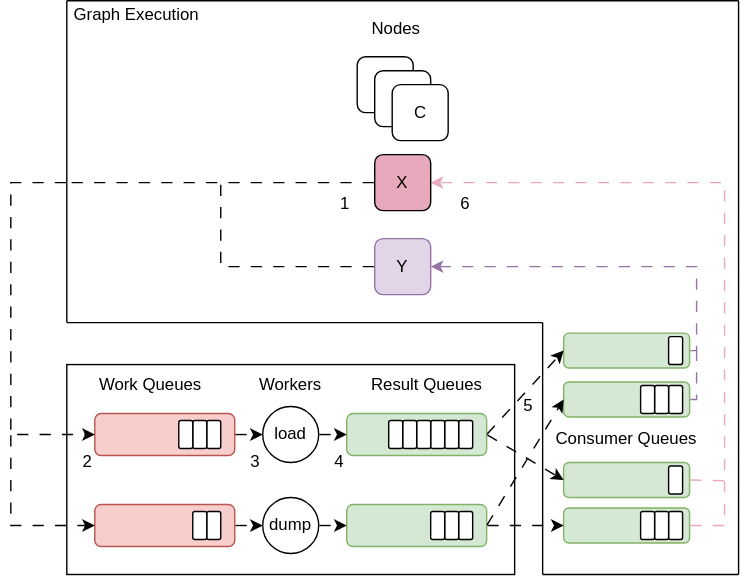
Before: docs/_static/concepts/graphbookworkers.svg, a diagram exported from draw.io (graphbookai/graphbook). Source tidied: cells renumbered, new cells last; positions are measured from the earlier drawing's top-left corner, leaving out a move shared by most shapes.
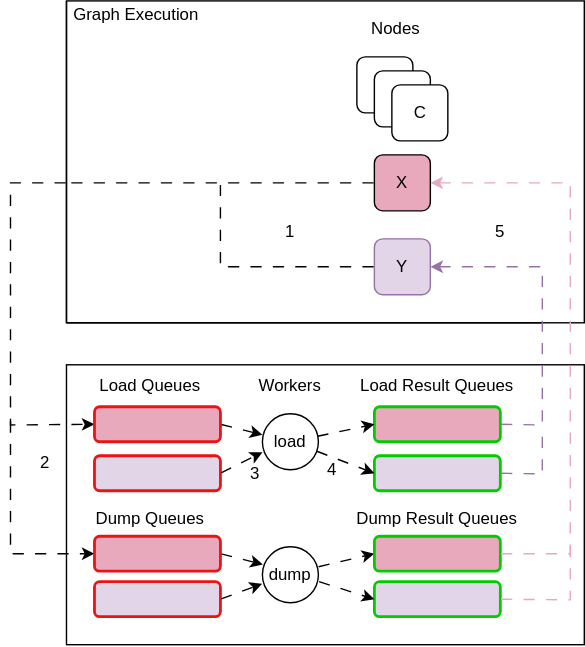
The same diagram one commit later.

Change to the diagram source:
```diff
@@ -3,125 +3,54 @@
     <mxCell id="0" />
     <mxCell id="1" parent="0" />
     <mxCell id="2" style="rounded=0;whiteSpace=wrap;html=1;" parent="1" vertex="1">
-      <mxGeometry x="40" y="260" width="320" height="150" as="geometry" />
+      <mxGeometry x="40" y="260" width="370" height="200" as="geometry" />
     </mxCell>
     <mxCell id="3" value="load" style="ellipse;whiteSpace=wrap;html=1;" parent="1" vertex="1">
-      <mxGeometry x="180" y="290" width="40" height="40" as="geometry" />
+      <mxGeometry x="180" y="295" width="40" height="40" as="geometry" />
     </mxCell>
     <mxCell id="4" value="dump" style="ellipse;whiteSpace=wrap;html=1;" parent="1" vertex="1">
-      <mxGeometry x="180" y="355" width="40" height="40" as="geometry" />
+      <mxGeometry x="180" y="390" width="40" height="40" as="geometry" />
     </mxCell>
-    <mxCell id="5" style="rounded=0;whiteSpace=wrap;html=1;strokeColor=none;" parent="1" vertex="1">
-      <mxGeometry x="40" width="480" height="230" as="geometry" />
+    <mxCell id="5" style="rounded=0;whiteSpace=wrap;html=1;strokeColor=default;" parent="1" vertex="1">
+      <mxGeometry x="40" width="370" height="230" as="geometry" />
     </mxCell>
-    <mxCell id="6" style="rounded=1;whiteSpace=wrap;html=1;fillColor=#f8cecc;strokeColor=#b85450;" parent="1" vertex="1">
-      <mxGeometry x="60" y="295" width="100" height="30" as="geometry" />
-    </mxCell>
-    <mxCell id="7" style="rounded=1;whiteSpace=wrap;html=1;fillColor=#f8cecc;strokeColor=#b85450;" parent="1" vertex="1">
-      <mxGeometry x="60" y="360" width="100" height="30" as="geometry" />
-    </mxCell>
-    <mxCell id="8" style="rounded=1;whiteSpace=wrap;html=1;fillColor=#d5e8d4;strokeColor=#82b366;" parent="1" vertex="1">
-      <mxGeometry x="240" y="295" width="100" height="30" as="geometry" />
-    </mxCell>
-    <mxCell id="9" style="rounded=1;whiteSpace=wrap;html=1;fillColor=#d5e8d4;strokeColor=#82b366;" parent="1" vertex="1">
-      <mxGeometry x="240" y="360" width="100" height="30" as="geometry" />
-    </mxCell>
-    <mxCell id="10" style="endArrow=classic;html=1;rounded=0;exitX=1;exitY=0.5;exitDx=0;exitDy=0;flowAnimation=1;" parent="1" edge="1" source="6">
+    <mxCell id="10" style="endArrow=classic;html=1;rounded=0;exitX=1;exitY=0.5;exitDx=0;exitDy=0;flowAnimation=1;" parent="1" edge="1" source="76">
       <mxGeometry relative="1" as="geometry">
         <mxPoint x="180" y="310" as="targetPoint" />
       </mxGeometry>
     </mxCell>
-    <mxCell id="11" style="endArrow=classic;html=1;rounded=0;entryX=0;entryY=0.5;entryDx=0;entryDy=0;flowAnimation=1;" parent="1" edge="1">
-      <mxGeometry relative="1" as="geometry">
-        <mxPoint x="160" y="375" as="sourcePoint" />
-        <mxPoint x="180" y="375" as="targetPoint" />
-      </mxGeometry>
+    <mxCell id="11" style="endArrow=classic;html=1;rounded=0;entryX=0.008;entryY=0.317;entryDx=0;entryDy=0;flowAnimation=1;exitX=1;exitY=0.5;exitDx=0;exitDy=0;entryPerimeter=0;" parent="1" edge="1" source="78" target="4">
+      <mxGeometry relative="1" as="geometry" />
     </mxCell>
-    <mxCell id="12" style="endArrow=classic;html=1;rounded=0;entryX=0;entryY=0.5;entryDx=0;entryDy=0;flowAnimation=1;" parent="1" edge="1" target="9">
-      <mxGeometry relative="1" as="geometry">
-        <mxPoint x="220" y="375" as="sourcePoint" />
-      </mxGeometry>
+    <mxCell id="12" style="endArrow=classic;html=1;rounded=0;flowAnimation=1;exitX=0.99;exitY=0.36;exitDx=0;exitDy=0;entryX=0;entryY=0.5;entryDx=0;entryDy=0;exitPerimeter=0;" parent="1" edge="1" source="4" target="40">
+      <mxGeometry relative="1" as="geometry" />
     </mxCell>
-    <mxCell id="13" style="endArrow=classic;html=1;rounded=0;entryX=0;entryY=0.5;entryDx=0;entryDy=0;flowAnimation=1;" parent="1" edge="1" target="7">
+    <mxCell id="13" style="endArrow=classic;html=1;rounded=0;entryX=0;entryY=0.5;entryDx=0;entryDy=0;flowAnimation=1;" parent="1" edge="1" target="78">
       <mxGeometry relative="1" as="geometry">
-        <mxPoint y="310" as="sourcePoint" />
+        <mxPoint y="300" as="sourcePoint" />
         <Array as="points">
-          <mxPoint y="375" />
+          <mxPoint y="395" />
         </Array>
       </mxGeometry>
     </mxCell>
-    <mxCell id="14" style="endArrow=classic;html=1;rounded=0;entryX=0;entryY=0.5;entryDx=0;entryDy=0;flowAnimation=1;" parent="1" edge="1">
+    <mxCell id="14" style="endArrow=classic;html=1;rounded=0;entryX=0;entryY=0.5;entryDx=0;entryDy=0;flowAnimation=1;" parent="1" edge="1" target="76">
       <mxGeometry relative="1" as="geometry">
         <mxPoint x="40" y="130" as="sourcePoint" />
-        <mxPoint x="60" y="310" as="targetPoint" />
         <Array as="points">
           <mxPoint y="130" />
-          <mxPoint y="310" />
+          <mxPoint y="303" />
         </Array>
       </mxGeometry>
     </mxCell>
-    <mxCell id="15" style="rounded=1;whiteSpace=wrap;html=1;" parent="1" vertex="1">
-      <mxGeometry x="140" y="300" width="10" height="20" as="geometry" />
-    </mxCell>
-    <mxCell id="16" style="rounded=1;whiteSpace=wrap;html=1;" parent="1" vertex="1">
-      <mxGeometry x="130" y="300" width="10" height="20" as="geometry" />
-    </mxCell>
-    <mxCell id="17" style="rounded=1;whiteSpace=wrap;html=1;" parent="1" vertex="1">
-      <mxGeometry x="120" y="300" width="10" height="20" as="geometry" />
-    </mxCell>
     <mxCell id="18" value="Workers" style="text;html=1;align=center;verticalAlign=middle;whiteSpace=wrap;rounded=0;" parent="1" vertex="1">
       <mxGeometry x="170" y="260" width="60" height="30" as="geometry" />
     </mxCell>
-    <mxCell id="19" style="rounded=1;whiteSpace=wrap;html=1;" parent="1" vertex="1">
-      <mxGeometry x="140" y="365" width="10" height="20" as="geometry" />
-    </mxCell>
-    <mxCell id="20" style="rounded=1;whiteSpace=wrap;html=1;" parent="1" vertex="1">
-      <mxGeometry x="130" y="365" width="10" height="20" as="geometry" />
-    </mxCell>
-    <mxCell id="21" style="rounded=1;whiteSpace=wrap;html=1;" parent="1" vertex="1">
-      <mxGeometry x="320" y="300" width="10" height="20" as="geometry" />
-    </mxCell>
-    <mxCell id="22" style="rounded=1;whiteSpace=wrap;html=1;" parent="1" vertex="1">
-      <mxGeometry x="310" y="300" width="10" height="20" as="geometry" />
-    </mxCell>
-    <mxCell id="23" style="rounded=1;whiteSpace=wrap;html=1;" parent="1" vertex="1">
-      <mxGeometry x="300" y="300" width="10" height="20" as="geometry" />
-    </mxCell>
-    <mxCell id="24" style="rounded=1;whiteSpace=wrap;html=1;" parent="1" vertex="1">
-      <mxGeometry x="290" y="300" width="10" height="20" as="geometry" />
-    </mxCell>
-    <mxCell id="25" style="rounded=1;whiteSpace=wrap;html=1;" parent="1" vertex="1">
-      <mxGeometry x="280" y="300" width="10" height="20" as="geometry" />
-    </mxCell>
-    <mxCell id="26" style="rounded=1;whiteSpace=wrap;html=1;" parent="1" vertex="1">
-      <mxGeometry x="270" y="300" width="10" height="20" as="geometry" />
-    </mxCell>
-    <mxCell id="27" style="rounded=1;whiteSpace=wrap;html=1;" parent="1" vertex="1">
-      <mxGeometry x="320" y="365" width="10" height="20" as="geometry" />
-    </mxCell>
-    <mxCell id="28" style="rounded=1;whiteSpace=wrap;html=1;" parent="1" vertex="1">
-      <mxGeometry x="310" y="365" width="10" height="20" as="geometry" />
-    </mxCell>
-    <mxCell id="29" style="rounded=1;whiteSpace=wrap;html=1;" parent="1" vertex="1">
-      <mxGeometry x="300" y="365" width="10" height="20" as="geometry" />
-    </mxCell>
-    <mxCell id="30" value="Work Queues" style="text;html=1;align=center;verticalAlign=middle;whiteSpace=wrap;rounded=0;" parent="1" vertex="1">
+    <mxCell id="30" value="Load Queues" style="text;html=1;align=center;verticalAlign=middle;whiteSpace=wrap;rounded=0;" parent="1" vertex="1">
       <mxGeometry x="60" y="260" width="80" height="30" as="geometry" />
     </mxCell>
-    <mxCell id="31" value="Result Queues" style="text;html=1;align=center;verticalAlign=middle;whiteSpace=wrap;rounded=0;" parent="1" vertex="1">
-      <mxGeometry x="255" y="260" width="85" height="30" as="geometry" />
-    </mxCell>
-    <mxCell id="32" style="rounded=0;whiteSpace=wrap;html=1;strokeColor=none;" parent="1" vertex="1">
-      <mxGeometry x="380" y="220" width="140" height="190" as="geometry" />
-    </mxCell>
-    <mxCell id="33" style="rounded=1;whiteSpace=wrap;html=1;fillColor=#d5e8d4;strokeColor=#82b366;" parent="1" vertex="1">
-      <mxGeometry x="395" y="237.5" width="90" height="25" as="geometry" />
+    <mxCell id="33" style="rounded=1;whiteSpace=wrap;html=1;fillColor=#E7A9BB;strokeColor=#00CC00;strokeWidth=2;" parent="1" vertex="1">
+      <mxGeometry x="260" y="290" width="90" height="25" as="geometry" />
     </mxCell>
-    <mxCell id="34" style="endArrow=none;html=1;rounded=0;entryX=1;entryY=1;entryDx=0;entryDy=0;" parent="1" edge="1" target="32">
-      <mxGeometry relative="1" as="geometry">
-        <mxPoint x="520" as="sourcePoint" />
-      </mxGeometry>
-    </mxCell>
     <mxCell id="35" style="endArrow=none;html=1;rounded=0;exitX=0;exitY=1;exitDx=0;exitDy=0;" parent="1" edge="1" source="5">
       <mxGeometry relative="1" as="geometry">
         <mxPoint x="380" y="230" as="targetPoint" />
@@ -132,60 +61,23 @@
         <mxPoint x="40" y="230" as="sourcePoint" />
       </mxGeometry>
     </mxCell>
-    <mxCell id="37" style="endArrow=none;html=1;rounded=0;exitX=0;exitY=1;exitDx=0;exitDy=0;" parent="1" edge="1" source="32">
-      <mxGeometry relative="1" as="geometry">
-        <mxPoint x="380" y="230" as="targetPoint" />
-      </mxGeometry>
-    </mxCell>
-    <mxCell id="38" style="endArrow=none;html=1;rounded=0;entryX=0;entryY=1;entryDx=0;entryDy=0;" parent="1" edge="1" target="32">
-      <mxGeometry relative="1" as="geometry">
-        <mxPoint x="520" y="410" as="sourcePoint" />
-      </mxGeometry>
-    </mxCell>
-    <mxCell id="39" style="rounded=1;whiteSpace=wrap;html=1;fillColor=#d5e8d4;strokeColor=#82b366;" parent="1" vertex="1">
-      <mxGeometry x="395" y="272.5" width="90" height="25" as="geometry" />
+    <mxCell id="39" style="rounded=1;whiteSpace=wrap;html=1;fillColor=#E1D5E7;strokeColor=#00CC00;strokeWidth=2;" parent="1" vertex="1">
+      <mxGeometry x="260" y="325" width="90" height="25" as="geometry" />
     </mxCell>
-    <mxCell id="40" style="rounded=1;whiteSpace=wrap;html=1;fillColor=#d5e8d4;strokeColor=#82b366;" parent="1" vertex="1">
-      <mxGeometry x="395" y="330" width="90" height="25" as="geometry" />
+    <mxCell id="40" style="rounded=1;whiteSpace=wrap;html=1;fillColor=#E7A9BB;strokeColor=#00CC00;strokeWidth=2;" parent="1" vertex="1">
+      <mxGeometry x="260" y="382.5" width="90" height="25" as="geometry" />
     </mxCell>
-    <mxCell id="41" style="rounded=1;whiteSpace=wrap;html=1;fillColor=#d5e8d4;strokeColor=#82b366;" parent="1" vertex="1">
-      <mxGeometry x="395" y="362.5" width="90" height="25" as="geometry" />
+    <mxCell id="41" style="rounded=1;whiteSpace=wrap;html=1;fillColor=#E1D5E7;strokeColor=#00CC00;strokeWidth=2;" parent="1" vertex="1">
+      <mxGeometry x="260" y="415" width="90" height="25" as="geometry" />
     </mxCell>
-    <mxCell id="42" style="endArrow=classic;html=1;rounded=0;entryX=0;entryY=0.5;entryDx=0;entryDy=0;flowAnimation=1;" parent="1" edge="1" target="33">
-      <mxGeometry relative="1" as="geometry">
-        <mxPoint x="340" y="310" as="sourcePoint" />
-      </mxGeometry>
-    </mxCell>
-    <mxCell id="43" style="endArrow=classic;html=1;rounded=0;exitX=1;exitY=0.5;exitDx=0;exitDy=0;entryX=0;entryY=0.5;entryDx=0;entryDy=0;flowAnimation=1;" parent="1" edge="1" source="9" target="39">
-      <mxGeometry relative="1" as="geometry" />
-    </mxCell>
-    <mxCell id="44" style="endArrow=classic;html=1;rounded=0;entryX=0;entryY=0.5;entryDx=0;entryDy=0;exitX=1;exitY=0.5;exitDx=0;exitDy=0;flowAnimation=1;" parent="1" edge="1" source="8" target="40">
-      <mxGeometry relative="1" as="geometry" />
-    </mxCell>
-    <mxCell id="45" style="endArrow=classic;html=1;rounded=0;exitX=1;exitY=0.5;exitDx=0;exitDy=0;entryX=0;entryY=0.5;entryDx=0;entryDy=0;flowAnimation=1;" parent="1" edge="1" source="9" target="41">
-      <mxGeometry relative="1" as="geometry" />
-    </mxCell>
-    <mxCell id="46" style="endArrow=none;html=1;rounded=0;exitX=0;exitY=0;exitDx=0;exitDy=0;" parent="1" edge="1" source="5">
-      <mxGeometry relative="1" as="geometry">
-        <mxPoint x="520" as="targetPoint" />
-      </mxGeometry>
-    </mxCell>
     <mxCell id="47" style="endArrow=classic;html=1;strokeWidth=1;rounded=0;entryX=1;entryY=0.5;entryDx=0;entryDy=0;exitX=1;exitY=0.5;exitDx=0;exitDy=0;endFill=1;flowAnimation=1;strokeColor=#E7A9BB;" parent="1" edge="1" source="40" target="53">
       <mxGeometry relative="1" as="geometry">
         <Array as="points">
-          <mxPoint x="510" y="343" />
-          <mxPoint x="510" y="130" />
+          <mxPoint x="400" y="395" />
+          <mxPoint x="400" y="130" />
         </Array>
       </mxGeometry>
     </mxCell>
-    <mxCell id="48" style="endArrow=none;html=1;strokeWidth=1;rounded=0;exitX=1;exitY=0.5;exitDx=0;exitDy=0;flowAnimation=1;strokeColor=#E7A9BB;" parent="1" edge="1" source="41">
-      <mxGeometry relative="1" as="geometry">
-        <mxPoint x="510" y="340" as="targetPoint" />
-        <Array as="points">
-          <mxPoint x="510" y="375" />
-        </Array>
-      </mxGeometry>
-    </mxCell>
     <mxCell id="49" style="rounded=1;whiteSpace=wrap;html=1;" parent="1" vertex="1">
       <mxGeometry x="247.5" y="40" width="40" height="40" as="geometry" />
     </mxCell>
@@ -217,74 +109,83 @@
         </Array>
       </mxGeometry>
     </mxCell>
-    <mxCell id="57" value="Consumer Queues" style="text;html=1;align=center;verticalAlign=middle;whiteSpace=wrap;rounded=0;" parent="1" vertex="1">
-      <mxGeometry x="385" y="305" width="110" height="15" as="geometry" />
-    </mxCell>
     <mxCell id="58" value="Graph Execution" style="text;html=1;align=center;verticalAlign=middle;whiteSpace=wrap;rounded=0;" parent="1" vertex="1">
       <mxGeometry x="40" width="100" height="20" as="geometry" />
     </mxCell>
     <mxCell id="59" value="1" style="text;html=1;align=center;verticalAlign=middle;whiteSpace=wrap;rounded=0;strokeColor=none;glass=0;shadow=0;" parent="1" vertex="1">
-      <mxGeometry x="230" y="130" width="17.5" height="30" as="geometry" />
+      <mxGeometry x="191.2" y="150" width="17.5" height="30" as="geometry" />
     </mxCell>
-    <mxCell id="60" style="rounded=1;whiteSpace=wrap;html=1;" parent="1" vertex="1">
-      <mxGeometry x="470" y="332.5" width="10" height="20" as="geometry" />
-    </mxCell>
-    <mxCell id="61" style="rounded=1;whiteSpace=wrap;html=1;" parent="1" vertex="1">
-      <mxGeometry x="470" y="365" width="10" height="20" as="geometry" />
-    </mxCell>
-    <mxCell id="62" style="rounded=1;whiteSpace=wrap;html=1;" parent="1" vertex="1">
-      <mxGeometry x="460" y="365" width="10" height="20" as="geometry" />
-    </mxCell>
-    <mxCell id="63" style="rounded=1;whiteSpace=wrap;html=1;" parent="1" vertex="1">
-      <mxGeometry x="450" y="365" width="10" height="20" as="geometry" />
-    </mxCell>
-    <mxCell id="64" style="rounded=1;whiteSpace=wrap;html=1;" parent="1" vertex="1">
-      <mxGeometry x="470" y="275" width="10" height="20" as="geometry" />
-    </mxCell>
-    <mxCell id="65" style="rounded=1;whiteSpace=wrap;html=1;" parent="1" vertex="1">
-      <mxGeometry x="460" y="275" width="10" height="20" as="geometry" />
-    </mxCell>
-    <mxCell id="66" style="rounded=1;whiteSpace=wrap;html=1;" parent="1" vertex="1">
-      <mxGeometry x="450" y="275" width="10" height="20" as="geometry" />
-    </mxCell>
-    <mxCell id="67" style="rounded=1;whiteSpace=wrap;html=1;" parent="1" vertex="1">
-      <mxGeometry x="470" y="240" width="10" height="20" as="geometry" />
-    </mxCell>
     <mxCell id="68" style="endArrow=classic;html=1;rounded=0;exitX=1;exitY=0.5;exitDx=0;exitDy=0;entryX=1;entryY=0.5;entryDx=0;entryDy=0;fillColor=#e1d5e7;strokeColor=#9673a6;flowAnimation=1;" parent="1" edge="1" source="33" target="54">
       <mxGeometry relative="1" as="geometry">
         <Array as="points">
-          <mxPoint x="490" y="250" />
-          <mxPoint x="490" y="190" />
+          <mxPoint x="380" y="303" />
+          <mxPoint x="380" y="190" />
         </Array>
       </mxGeometry>
     </mxCell>
-    <mxCell id="69" style="endArrow=none;html=1;rounded=0;exitX=1;exitY=0.5;exitDx=0;exitDy=0;fillColor=#e1d5e7;strokeColor=#9673a6;flowAnimation=1;" parent="1" edge="1" source="39">
+    <mxCell id="69" style="endArrow=none;html=1;rounded=0;exitX=1;exitY=0.5;exitDx=0;exitDy=0;fillColor=#e1d5e7;strokeColor=#9673a6;flowAnimation=1;entryX=1;entryY=1;entryDx=0;entryDy=0;" parent="1" edge="1" source="39">
       <mxGeometry relative="1" as="geometry">
-        <mxPoint x="490" y="250" as="targetPoint" />
+        <mxPoint x="380" y="305" as="targetPoint" />
         <Array as="points">
-          <mxPoint x="490" y="285" />
+          <mxPoint x="380" y="338" />
         </Array>
       </mxGeometry>
     </mxCell>
-    <mxCell id="70" style="endArrow=classic;html=1;rounded=0;entryX=0;entryY=0.5;entryDx=0;entryDy=0;flowAnimation=1;" parent="1" edge="1" target="8">
-      <mxGeometry relative="1" as="geometry">
-        <mxPoint x="220" y="310" as="sourcePoint" />
-      </mxGeometry>
-    </mxCell>
     <mxCell id="71" value="2" style="text;html=1;align=center;verticalAlign=middle;whiteSpace=wrap;rounded=0;" parent="1" vertex="1">
-      <mxGeometry x="50" y="315" width="10" height="30" as="geometry" />
+      <mxGeometry x="20" y="315" width="10" height="30" as="geometry" />
     </mxCell>
     <mxCell id="72" value="3" style="text;html=1;align=center;verticalAlign=middle;whiteSpace=wrap;rounded=0;" parent="1" vertex="1">
-      <mxGeometry x="170" y="315" width="10" height="30" as="geometry" />
+      <mxGeometry x="170" y="322.5" width="10" height="30" as="geometry" />
     </mxCell>
     <mxCell id="73" value="4" style="text;html=1;align=center;verticalAlign=middle;whiteSpace=wrap;rounded=0;" parent="1" vertex="1">
-      <mxGeometry x="230" y="315" width="10" height="30" as="geometry" />
+      <mxGeometry x="225" y="320" width="10" height="30" as="geometry" />
     </mxCell>
-    <mxCell id="74" value="5" style="text;html=1;align=center;verticalAlign=middle;whiteSpace=wrap;rounded=0;" parent="1" vertex="1">
-      <mxGeometry x="360" y="275" width="20" height="30" as="geometry" />
-    </mxCell>
-    <mxCell id="75" value="6" style="text;html=1;align=center;verticalAlign=middle;whiteSpace=wrap;rounded=0;strokeColor=none;" parent="1" vertex="1">
-      <mxGeometry x="315" y="130" width="20" height="30" as="geometry" />
+    <mxCell id="75" value="5" style="text;html=1;align=center;verticalAlign=middle;whiteSpace=wrap;rounded=0;strokeColor=none;" parent="1" vertex="1">
+      <mxGeometry x="340" y="150" width="20" height="30" as="geometry" />
     </mxCell>
+    <mxCell id="76" style="rounded=1;whiteSpace=wrap;html=1;fillColor=#E7A9BB;strokeColor=#EB1313;strokeWidth=2;" parent="1" vertex="1">
+      <mxGeometry x="60" y="290" width="90" height="25" as="geometry" />
+    </mxCell>
+    <mxCell id="77" style="rounded=1;whiteSpace=wrap;html=1;fillColor=#E1D5E7;strokeColor=#EB1313;strokeWidth=2;" parent="1" vertex="1">
+      <mxGeometry x="60" y="325" width="90" height="25" as="geometry" />
+    </mxCell>
+    <mxCell id="78" style="rounded=1;whiteSpace=wrap;html=1;fillColor=#E7A9BB;strokeColor=#EB1313;strokeWidth=2;" parent="1" vertex="1">
+      <mxGeometry x="60" y="382.5" width="90" height="25" as="geometry" />
+    </mxCell>
+    <mxCell id="79" style="rounded=1;whiteSpace=wrap;html=1;fillColor=#E1D5E7;strokeColor=#EB1313;strokeWidth=2;" parent="1" vertex="1">
+      <mxGeometry x="60" y="415" width="90" height="25" as="geometry" />
+    </mxCell>
+    <mxCell id="80" style="endArrow=classic;html=1;rounded=0;exitX=1;exitY=0.5;exitDx=0;exitDy=0;flowAnimation=1;entryX=1;entryY=0;entryDx=0;entryDy=0;" parent="1" edge="1" source="77" target="72">
+      <mxGeometry relative="1" as="geometry" />
+    </mxCell>
+    <mxCell id="81" value="Dump Queues" style="text;html=1;align=center;verticalAlign=middle;whiteSpace=wrap;rounded=0;" parent="1" vertex="1">
+      <mxGeometry x="60" y="355" width="80" height="30" as="geometry" />
+    </mxCell>
+    <mxCell id="82" style="endArrow=classic;html=1;rounded=0;entryX=-0.004;entryY=0.662;entryDx=0;entryDy=0;flowAnimation=1;exitX=1;exitY=0.5;exitDx=0;exitDy=0;entryPerimeter=0;" parent="1" edge="1" source="79" target="4">
+      <mxGeometry relative="1" as="geometry" />
+    </mxCell>
+    <mxCell id="83" style="endArrow=classic;html=1;rounded=0;flowAnimation=1;exitX=1;exitY=0.62;exitDx=0;exitDy=0;entryX=0;entryY=0.5;entryDx=0;entryDy=0;exitPerimeter=0;" parent="1" edge="1" source="4" target="41">
+      <mxGeometry relative="1" as="geometry" />
+    </mxCell>
+    <mxCell id="84" style="endArrow=classic;html=1;rounded=0;flowAnimation=1;exitX=0.97;exitY=0.405;exitDx=0;exitDy=0;entryX=0;entryY=0.5;entryDx=0;entryDy=0;exitPerimeter=0;" parent="1" edge="1" source="3" target="33">
+      <mxGeometry relative="1" as="geometry" />
+    </mxCell>
+    <mxCell id="85" style="endArrow=classic;html=1;rounded=0;flowAnimation=1;exitX=0.96;exitY=0.665;exitDx=0;exitDy=0;entryX=0;entryY=0.5;entryDx=0;entryDy=0;exitPerimeter=0;" parent="1" edge="1" source="3" target="39">
+      <mxGeometry relative="1" as="geometry" />
+    </mxCell>
+    <mxCell id="86" style="endArrow=none;html=1;strokeWidth=1;rounded=0;exitX=1;exitY=0.5;exitDx=0;exitDy=0;flowAnimation=1;strokeColor=#E7A9BB;" parent="1" edge="1" source="41">
+      <mxGeometry relative="1" as="geometry">
+        <mxPoint x="400" y="390" as="targetPoint" />
+        <Array as="points">
+          <mxPoint x="400" y="428" />
+        </Array>
+      </mxGeometry>
+    </mxCell>
+    <mxCell id="87" value="Load Result Queues" style="text;html=1;align=center;verticalAlign=middle;whiteSpace=wrap;rounded=0;" parent="1" vertex="1">
+      <mxGeometry x="245" y="260" width="120" height="30" as="geometry" />
+    </mxCell>
+    <mxCell id="88" value="Dump Result Queues" style="text;html=1;align=center;verticalAlign=middle;whiteSpace=wrap;rounded=0;" parent="1" vertex="1">
+      <mxGeometry x="245" y="355" width="120" height="30" as="geometry" />
+    </mxCell>
   </root>
 </mxGraphModel>
```
